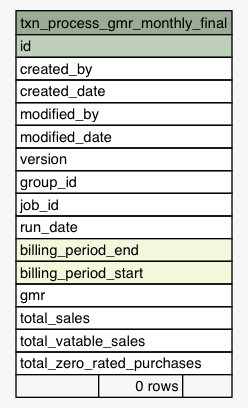
Before: Data/settlement/diagrams/summary/txn_process_gmr_monthly_final.1degree.png, a diagram exported from Graphviz (eyana-m/python-data-dictionary-writer). Its source is kept beside it as Data/settlement/diagrams/summary/txn_process_gmr_monthly_final.1degree.dot.
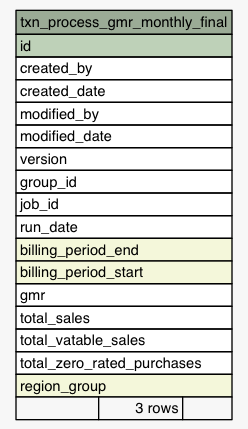
Above is the later version.

Diff of the diagram source:
```diff
@@ -34,7 +34,8 @@
       <TR><TD PORT="total_sales" COLSPAN="3" ALIGN="LEFT">total_sales</TD></TR>
       <TR><TD PORT="total_vatable_sales" COLSPAN="3" ALIGN="LEFT">total_vatable_sales</TD></TR>
       <TR><TD PORT="total_zero_rated_purchases" COLSPAN="3" ALIGN="LEFT">total_zero_rated_purchases</TD></TR>
-      <TR><TD ALIGN="LEFT" BGCOLOR="#f7f7f7">  </TD><TD ALIGN="RIGHT" BGCOLOR="#f7f7f7">0 rows</TD><TD ALIGN="RIGHT" BGCOLOR="#f7f7f7">  </TD></TR>
+      <TR><TD PORT="region_group" COLSPAN="3" BGCOLOR="#f4f7da" ALIGN="LEFT">region_group</TD></TR>
+      <TR><TD ALIGN="LEFT" BGCOLOR="#f7f7f7">  </TD><TD ALIGN="RIGHT" BGCOLOR="#f7f7f7">3 rows</TD><TD ALIGN="RIGHT" BGCOLOR="#f7f7f7">  </TD></TR>
     </TABLE>>
     URL="tables/txn_process_gmr_monthly_final.html"
     tooltip="txn_process_gmr_monthly_final"
```
